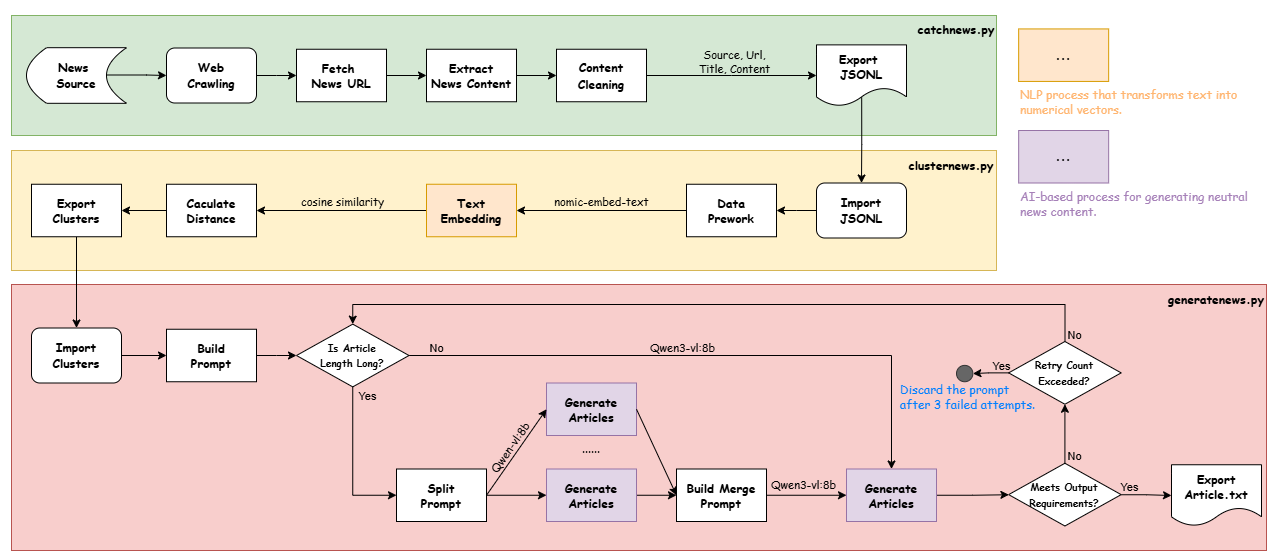
Above: images/SASN.png in Syrup2718/Syrup_and_Srimp_News (draw.io), before the change. Source tidied: cells renumbered, new cells last; positions are measured from the earlier drawing's top-left corner, leaving out a move shared by most shapes.
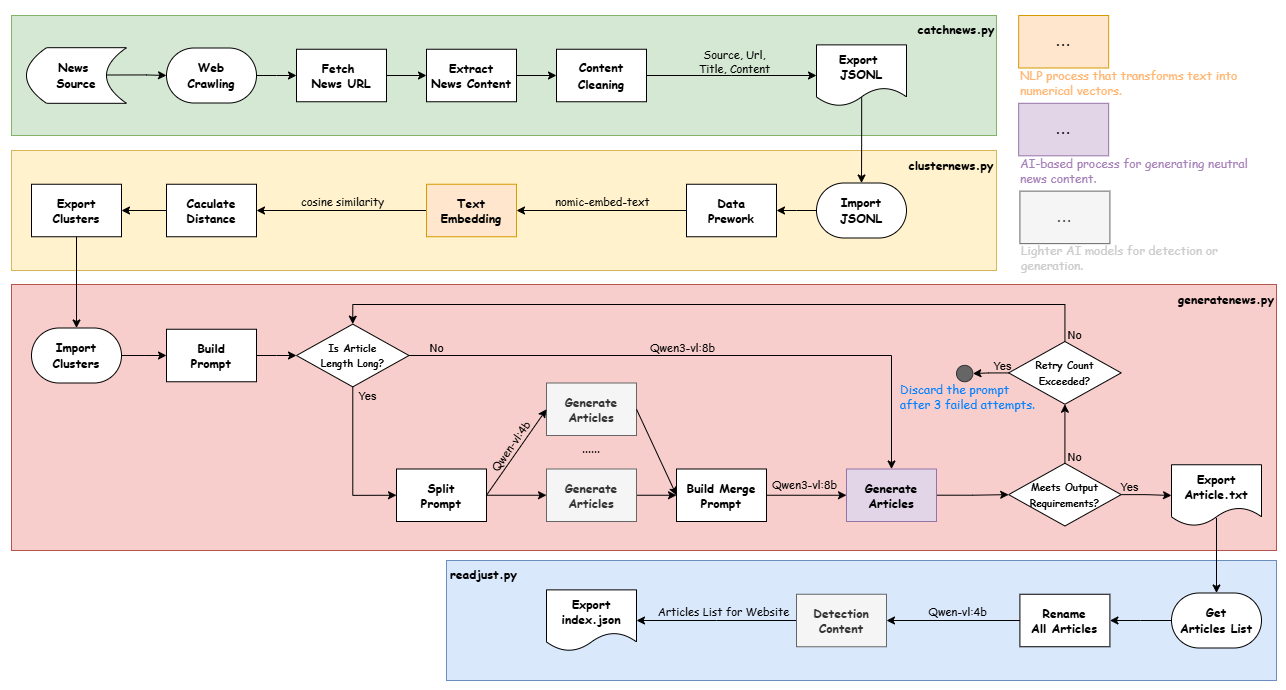
Later version of the same file.

Commit message:
new feature - detection content

Diff of the diagram source:
```diff
@@ -3,10 +3,13 @@
     <mxCell id="0" />
     <mxCell id="1" parent="0" />
     <mxCell id="2" style="rounded=0;whiteSpace=wrap;html=1;strokeColor=none;" parent="1" vertex="1">
-      <mxGeometry width="1276" height="560" as="geometry" />
+      <mxGeometry width="1286" height="690" as="geometry" />
     </mxCell>
+    <mxCell id="75" style="rounded=0;whiteSpace=wrap;html=1;fillColor=#dae8fc;strokeColor=#6c8ebf;" parent="1" vertex="1">
+      <mxGeometry x="446" y="560" width="830" height="120" as="geometry" />
+    </mxCell>
     <mxCell id="3" style="rounded=0;whiteSpace=wrap;html=1;fillColor=#f8cecc;strokeColor=#b85450;" parent="1" vertex="1">
-      <mxGeometry x="11" y="284" width="1255" height="266" as="geometry" />
+      <mxGeometry x="11" y="284" width="1265" height="266" as="geometry" />
     </mxCell>
     <mxCell id="4" style="rounded=0;whiteSpace=wrap;html=1;fillColor=#fff2cc;strokeColor=#d6b656;" parent="1" vertex="1">
       <mxGeometry x="11" y="150" width="985" height="120" as="geometry" />
@@ -17,7 +20,7 @@
     <mxCell id="6" style="edgeStyle=orthogonalEdgeStyle;rounded=0;jettySize=auto;html=1;" parent="1" edge="1" source="7" target="9">
       <mxGeometry relative="1" as="geometry" />
     </mxCell>
-    <mxCell id="7" value="&lt;b&gt;&lt;font face=&quot;Comic Sans MS&quot;&gt;Web&lt;/font&gt;&lt;/b&gt;&lt;div&gt;&lt;b&gt;&lt;font face=&quot;Comic Sans MS&quot;&gt;Crawling&lt;/font&gt;&lt;/b&gt;&lt;/div&gt;" style="rounded=1;whiteSpace=wrap;html=1;" parent="1" vertex="1">
+    <mxCell id="7" value="&lt;b&gt;&lt;font face=&quot;Comic Sans MS&quot;&gt;Web&lt;/font&gt;&lt;/b&gt;&lt;div&gt;&lt;b&gt;&lt;font face=&quot;Comic Sans MS&quot;&gt;Crawling&lt;/font&gt;&lt;/b&gt;&lt;/div&gt;" style="rounded=1;whiteSpace=wrap;html=1;arcSize=50;" parent="1" vertex="1">
       <mxGeometry x="166" y="47.5" width="90" height="55" as="geometry" />
     </mxCell>
     <mxCell id="8" style="edgeStyle=orthogonalEdgeStyle;rounded=0;jettySize=auto;html=1;" parent="1" edge="1" source="9" target="11">
@@ -61,7 +64,7 @@
     <mxCell id="20" style="edgeStyle=orthogonalEdgeStyle;rounded=0;jettySize=auto;html=1;" parent="1" edge="1" source="21" target="25">
       <mxGeometry relative="1" as="geometry" />
     </mxCell>
-    <mxCell id="21" value="&lt;font face=&quot;Comic Sans MS&quot;&gt;&lt;b&gt;Import&lt;/b&gt;&lt;/font&gt;&lt;div&gt;&lt;font face=&quot;Comic Sans MS&quot;&gt;&lt;b&gt;JSONL&lt;/b&gt;&lt;/font&gt;&lt;/div&gt;" style="rounded=1;whiteSpace=wrap;html=1;" parent="1" vertex="1">
+    <mxCell id="21" value="&lt;font face=&quot;Comic Sans MS&quot;&gt;&lt;b&gt;Import&lt;/b&gt;&lt;/font&gt;&lt;div&gt;&lt;font face=&quot;Comic Sans MS&quot;&gt;&lt;b&gt;JSONL&lt;/b&gt;&lt;/font&gt;&lt;/div&gt;" style="rounded=1;whiteSpace=wrap;html=1;arcSize=50;" parent="1" vertex="1">
       <mxGeometry x="816" y="182.5" width="90" height="55" as="geometry" />
     </mxCell>
     <mxCell id="22" value="&lt;b&gt;clusternews.py&lt;/b&gt;" style="text;html=1;whiteSpace=wrap;strokeColor=none;fillColor=none;align=center;verticalAlign=middle;rounded=0;fontFamily=Comic Sans MS;" parent="1" vertex="1">
@@ -104,11 +107,11 @@
     <mxCell id="33" style="edgeStyle=orthogonalEdgeStyle;rounded=0;jettySize=auto;html=1;" parent="1" edge="1" source="34" target="43">
       <mxGeometry relative="1" as="geometry" />
     </mxCell>
-    <mxCell id="34" value="&lt;font face=&quot;Comic Sans MS&quot;&gt;&lt;b&gt;Import&lt;/b&gt;&lt;/font&gt;&lt;div&gt;&lt;font face=&quot;Comic Sans MS&quot;&gt;&lt;b&gt;Clusters&lt;/b&gt;&lt;/font&gt;&lt;/div&gt;" style="rounded=1;whiteSpace=wrap;html=1;" parent="1" vertex="1">
+    <mxCell id="34" value="&lt;font face=&quot;Comic Sans MS&quot;&gt;&lt;b&gt;Import&lt;/b&gt;&lt;/font&gt;&lt;div&gt;&lt;font face=&quot;Comic Sans MS&quot;&gt;&lt;b&gt;Clusters&lt;/b&gt;&lt;/font&gt;&lt;/div&gt;" style="rounded=1;whiteSpace=wrap;html=1;arcSize=50;" parent="1" vertex="1">
       <mxGeometry x="31" y="327.5" width="90" height="55" as="geometry" />
     </mxCell>
     <mxCell id="35" value="&lt;b&gt;generatenews.py&lt;/b&gt;" style="text;html=1;whiteSpace=wrap;strokeColor=none;fillColor=none;align=center;verticalAlign=middle;rounded=0;fontFamily=Comic Sans MS;" parent="1" vertex="1">
-      <mxGeometry x="1166" y="284" width="100" height="30" as="geometry" />
+      <mxGeometry x="1176" y="284" width="100" height="30" as="geometry" />
     </mxCell>
     <mxCell id="36" style="edgeStyle=orthogonalEdgeStyle;rounded=0;jettySize=auto;html=1;" parent="1" edge="1" source="41" target="45">
       <mxGeometry relative="1" as="geometry" />
@@ -152,19 +155,19 @@
     <mxCell id="47" value="Split&lt;div&gt;Prompt&lt;/div&gt;" style="rounded=0;whiteSpace=wrap;html=1;fontStyle=1;fontFamily=Comic Sans MS;" parent="1" vertex="1">
       <mxGeometry x="396" y="468.5" width="90" height="52.5" as="geometry" />
     </mxCell>
-    <mxCell id="48" value="Generate&lt;div&gt;Articles&lt;/div&gt;" style="rounded=0;whiteSpace=wrap;html=1;fontStyle=1;fontFamily=Comic Sans MS;fillColor=#e1d5e7;strokeColor=#9673a6;" parent="1" vertex="1">
+    <mxCell id="48" value="Generate&lt;div&gt;Articles&lt;/div&gt;" style="rounded=0;whiteSpace=wrap;html=1;fontStyle=1;fontFamily=Comic Sans MS;fillColor=#f5f5f5;strokeColor=#666666;fontColor=#333333;" parent="1" vertex="1">
       <mxGeometry x="546" y="382.5" width="90" height="52.5" as="geometry" />
     </mxCell>
     <mxCell id="49" style="edgeStyle=orthogonalEdgeStyle;rounded=0;jettySize=auto;html=1;" parent="1" edge="1" source="50" target="56">
       <mxGeometry relative="1" as="geometry" />
     </mxCell>
-    <mxCell id="50" value="Generate&lt;div&gt;Articles&lt;/div&gt;" style="rounded=0;whiteSpace=wrap;html=1;fontStyle=1;fontFamily=Comic Sans MS;fillColor=#e1d5e7;strokeColor=#9673a6;" parent="1" vertex="1">
+    <mxCell id="50" value="Generate&lt;div&gt;Articles&lt;/div&gt;" style="rounded=0;whiteSpace=wrap;html=1;fontStyle=1;fontFamily=Comic Sans MS;fillColor=#f5f5f5;strokeColor=#666666;fontColor=#333333;" parent="1" vertex="1">
       <mxGeometry x="546" y="468.5" width="90" height="52.5" as="geometry" />
     </mxCell>
     <mxCell id="51" style="endArrow=classic;html=1;rounded=0;entryX=0;entryY=0.5;entryDx=0;entryDy=0;exitX=1;exitY=0.5;exitDx=0;exitDy=0;" parent="1" edge="1" source="47" target="48">
       <mxGeometry relative="1" as="geometry" />
     </mxCell>
-    <mxCell id="52" value="Qwen-vl:8b" style="edgeLabel;html=1;align=center;verticalAlign=middle;labelBackgroundColor=none;rotation=305;fontFamily=Comic Sans MS;" parent="51" vertex="1">
+    <mxCell id="52" value="Qwen-vl:4b" style="edgeLabel;html=1;align=center;verticalAlign=middle;labelBackgroundColor=none;rotation=305;fontFamily=Comic Sans MS;" parent="51" vertex="1">
       <mxGeometry x="0.08" y="1" relative="1" as="geometry">
         <mxPoint x="-9" y="-1" as="offset" />
       </mxGeometry>
@@ -235,20 +238,63 @@
     <mxCell id="69" value="Discard the prompt after 3 failed attempts." style="text;html=1;whiteSpace=wrap;strokeColor=none;fillColor=none;align=left;verticalAlign=middle;rounded=0;fontFamily=Comic Sans MS;fontColor=#007FFF;" parent="1" vertex="1">
       <mxGeometry x="898" y="376" width="142" height="40.6" as="geometry" />
     </mxCell>
+    <mxCell id="76" style="edgeStyle=orthogonalEdgeStyle;rounded=0;jettySize=auto;html=1;entryX=0.5;entryY=0;entryDx=0;entryDy=0;exitX=0.5;exitY=0.869;exitDx=0;exitDy=0;exitPerimeter=0;" parent="1" edge="1" source="70" target="78">
+      <mxGeometry relative="1" as="geometry" />
+    </mxCell>
     <mxCell id="70" value="&lt;b&gt;Export&lt;/b&gt;&lt;div&gt;&lt;b&gt;Article.txt&lt;/b&gt;&lt;/div&gt;" style="shape=document;whiteSpace=wrap;html=1;boundedLbl=1;fontFamily=Comic Sans MS;align=center;" parent="1" vertex="1">
       <mxGeometry x="1171" y="464.2" width="90" height="61.2" as="geometry" />
     </mxCell>
     <mxCell id="71" value="..." style="rounded=0;whiteSpace=wrap;html=1;fontStyle=1;fontFamily=Comic Sans MS;fillColor=#ffe6cc;strokeColor=#d79b00;" parent="1" vertex="1">
-      <mxGeometry x="1018.2" y="28.4" width="90" height="52.5" as="geometry" />
+      <mxGeometry x="1018.2" y="15" width="90" height="52.5" as="geometry" />
     </mxCell>
     <mxCell id="72" value="..." style="rounded=0;whiteSpace=wrap;html=1;fontStyle=1;fontFamily=Comic Sans MS;fillColor=#e1d5e7;strokeColor=#9673a6;" parent="1" vertex="1">
-      <mxGeometry x="1018.2" y="130" width="90" height="52.5" as="geometry" />
+      <mxGeometry x="1018.2" y="102.8" width="90" height="52.5" as="geometry" />
     </mxCell>
     <mxCell id="73" value="NLP process that transforms text into numerical vectors." style="text;html=1;whiteSpace=wrap;strokeColor=none;fillColor=none;align=left;verticalAlign=middle;rounded=0;fontFamily=Comic Sans MS;fontColor=#FFB570;" parent="1" vertex="1">
-      <mxGeometry x="1018.2" y="80.9" width="247.8" height="40.6" as="geometry" />
+      <mxGeometry x="1018.2" y="61.9" width="247.8" height="40.6" as="geometry" />
     </mxCell>
     <mxCell id="74" value="AI-based process for generating neutral news content." style="text;html=1;whiteSpace=wrap;strokeColor=none;fillColor=none;align=left;verticalAlign=middle;rounded=0;fontFamily=Comic Sans MS;fontColor=#A680B8;" parent="1" vertex="1">
-      <mxGeometry x="1018.2" y="182.5" width="247.8" height="40.6" as="geometry" />
+      <mxGeometry x="1018.2" y="150" width="247.8" height="40.6" as="geometry" />
     </mxCell>
+    <mxCell id="77" style="edgeStyle=orthogonalEdgeStyle;rounded=0;jettySize=auto;html=1;" parent="1" edge="1" source="78" target="82">
+      <mxGeometry relative="1" as="geometry" />
+    </mxCell>
+    <mxCell id="78" value="&lt;font face=&quot;Comic Sans MS&quot;&gt;&lt;b&gt;Get&lt;/b&gt;&lt;/font&gt;&lt;div&gt;&lt;b style=&quot;font-family: &amp;quot;Comic Sans MS&amp;quot;;&quot;&gt;Articles List&lt;/b&gt;&lt;/div&gt;" style="rounded=1;whiteSpace=wrap;html=1;arcSize=50;" parent="1" vertex="1">
+      <mxGeometry x="1171" y="592.5" width="90" height="55" as="geometry" />
+    </mxCell>
+    <mxCell id="79" value="&lt;b&gt;readjust.py&lt;/b&gt;" style="text;html=1;whiteSpace=wrap;strokeColor=none;fillColor=none;align=center;verticalAlign=middle;rounded=0;fontFamily=Comic Sans MS;" parent="1" vertex="1">
+      <mxGeometry x="446" y="559.4" width="75" height="30" as="geometry" />
+    </mxCell>
+    <mxCell id="80" style="edgeStyle=orthogonalEdgeStyle;rounded=0;jettySize=auto;html=1;" parent="1" edge="1" source="82" target="85">
+      <mxGeometry relative="1" as="geometry" />
+    </mxCell>
+    <mxCell id="81" value="Qwen-vl:4b" style="edgeLabel;html=1;align=center;verticalAlign=middle;labelBackgroundColor=none;fontFamily=Comic Sans MS;" parent="80" vertex="1">
+      <mxGeometry x="-0.09" y="-1" relative="1" as="geometry">
+        <mxPoint x="-3" y="-9" as="offset" />
+      </mxGeometry>
+    </mxCell>
+    <mxCell id="82" value="Rename&lt;div&gt;All Articles&lt;/div&gt;" style="rounded=0;whiteSpace=wrap;html=1;fontStyle=1;fontFamily=Comic Sans MS;" parent="1" vertex="1">
+      <mxGeometry x="1019.4" y="593.8" width="90" height="52.5" as="geometry" />
+    </mxCell>
+    <mxCell id="83" style="edgeStyle=orthogonalEdgeStyle;rounded=0;jettySize=auto;html=1;" parent="1" edge="1" source="85" target="86">
+      <mxGeometry relative="1" as="geometry" />
+    </mxCell>
+    <mxCell id="84" value="Articles List for Website" style="edgeLabel;html=1;align=center;verticalAlign=middle;labelBackgroundColor=none;fontFamily=Comic Sans MS;" parent="83" vertex="1">
+      <mxGeometry x="0.13" y="-1" relative="1" as="geometry">
+        <mxPoint x="16" y="-9" as="offset" />
+      </mxGeometry>
+    </mxCell>
+    <mxCell id="85" value="Detection&lt;div&gt;Content&lt;/div&gt;" style="rounded=0;whiteSpace=wrap;html=1;fontStyle=1;fontFamily=Comic Sans MS;fillColor=#f5f5f5;fontColor=#333333;strokeColor=#666666;" parent="1" vertex="1">
+      <mxGeometry x="796" y="593.8" width="90" height="52.5" as="geometry" />
+    </mxCell>
+    <mxCell id="86" value="&lt;b&gt;Export&lt;/b&gt;&lt;div&gt;&lt;b&gt;index.json&lt;/b&gt;&lt;/div&gt;" style="shape=document;whiteSpace=wrap;html=1;boundedLbl=1;fontFamily=Comic Sans MS;align=center;" parent="1" vertex="1">
+      <mxGeometry x="546" y="589.4" width="90" height="61.2" as="geometry" />
+    </mxCell>
+    <mxCell id="87" value="..." style="rounded=0;whiteSpace=wrap;html=1;fontStyle=1;fontFamily=Comic Sans MS;fillColor=#f5f5f5;strokeColor=#666666;fontColor=#333333;" parent="1" vertex="1">
+      <mxGeometry x="1019.4" y="190.6" width="90" height="52.5" as="geometry" />
+    </mxCell>
+    <mxCell id="88" value="Lighter AI models for detection or generation." style="text;html=1;whiteSpace=wrap;strokeColor=none;fillColor=none;align=left;verticalAlign=middle;rounded=0;fontFamily=Comic Sans MS;fontColor=#CCCCCC;" parent="1" vertex="1">
+      <mxGeometry x="1019.4" y="236.2" width="247.8" height="40.6" as="geometry" />
+    </mxCell>
   </root>
 </mxGraphModel>
```
